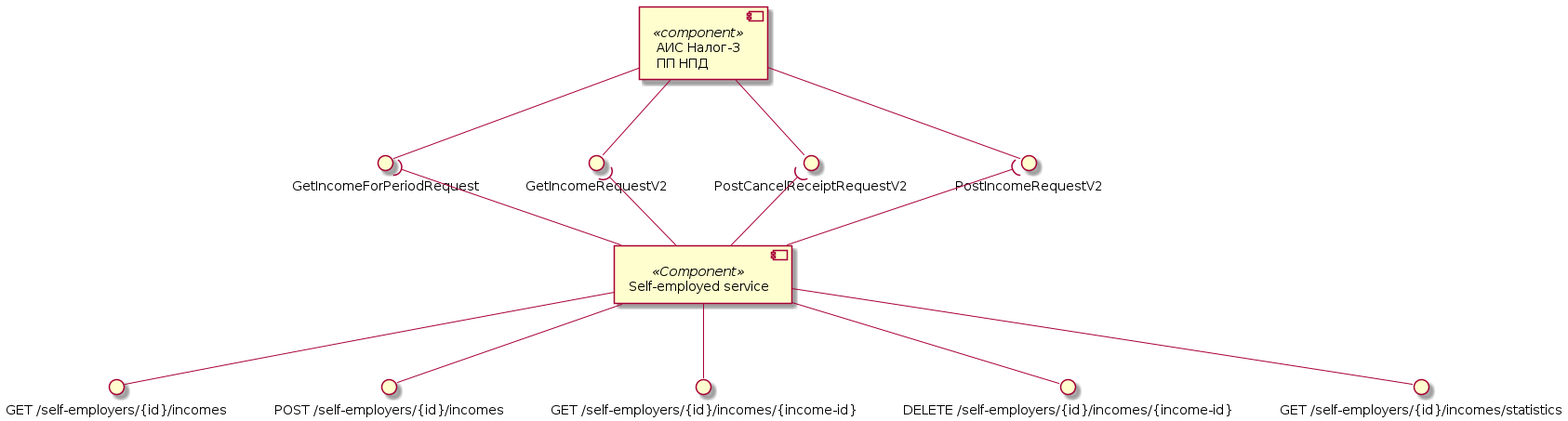
Earlier version of the PlantUML export assets/images/diagrams/self-employed-service/components/incomes-components.png (RaikBitters/ibank-internal-services).
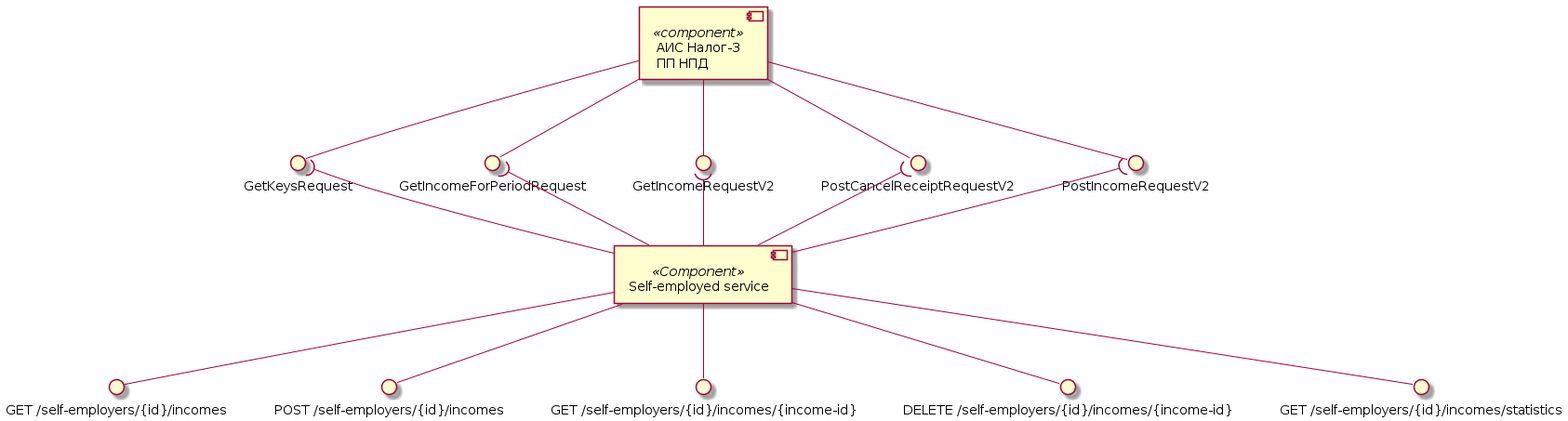
Above is the later version.

Change to the diagram source:
```diff
@@ -1,15 +1,17 @@
 @startuml incomes-components
 
 component "АИС Налог-3\nПП НПД" as Tax3 <<component>>
-interface "PostIncomeRequestV2" as PostIncome
-interface "PostCancelReceiptRequestV2" as PostCancelReceipt
-interface "GetIncomeRequestV2" as GetIncome
-interface "GetIncomeForPeriodRequest" as GetIncomeForPeriod
+interface "PostIncomeRequestV2" as postIncomeRequestV2
+interface "PostCancelReceiptRequestV2" as postCancelReceipt
+interface "GetIncomeRequestV2" as getIncomeRequestV2
+interface "GetIncomeForPeriodRequest" as getIncomeForPeriod
+interface "GetKeysRequest" as getKeys
 
-Tax3 --() PostIncome
-Tax3 --() PostCancelReceipt
-Tax3 --() GetIncome
-Tax3 --() GetIncomeForPeriod
+Tax3 --() postIncomeRequestV2
+Tax3 --() postCancelReceipt
+Tax3 --() getIncomeRequestV2
+Tax3 --() getIncomeForPeriod
+Tax3 --() getKeys
 
 component "Self-employed service" as SelfEmplService <<Component>>
 interface "GET /self-employers/{id}/incomes" as getIncomes
@@ -24,9 +26,10 @@
 SelfEmplService --() delIncomesId
 SelfEmplService --() getIncomesStatistics
 
-SelfEmplService -up-( PostIncome
-SelfEmplService -up-( PostCancelReceipt
-SelfEmplService -up-( GetIncome
-SelfEmplService -up-( GetIncomeForPeriod
+SelfEmplService -up-( postIncomeRequestV2
+SelfEmplService -up-( postCancelReceipt
+SelfEmplService -up-( getIncomeRequestV2
+SelfEmplService -up-( getIncomeForPeriod
+SelfEmplService -up-( getKeys
 
 @enduml
```
